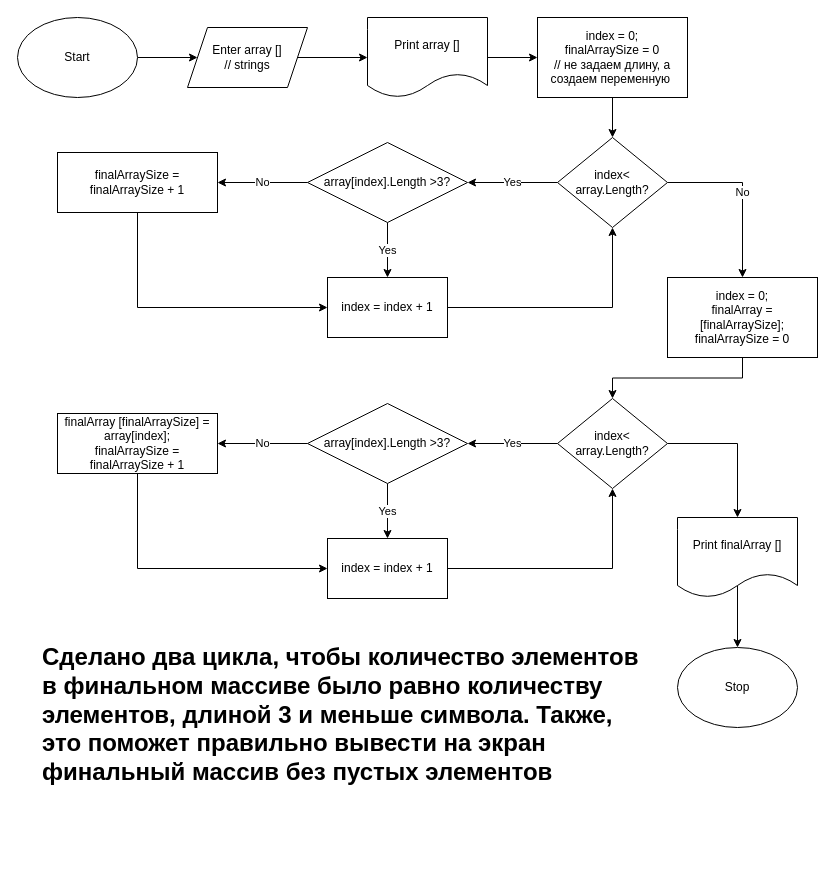
Above: FirstTest01.drawio in OksanaLebedeva/Tests (draw.io), before the change. Source tidied: cells renumbered, new cells numbered last; positions are measured from the earlier drawing's top-left corner, leaving out a move shared by most shapes. Both pictures are drawn from the tidied source at 100%, with x=0, y=0 at pixel (17, 17).
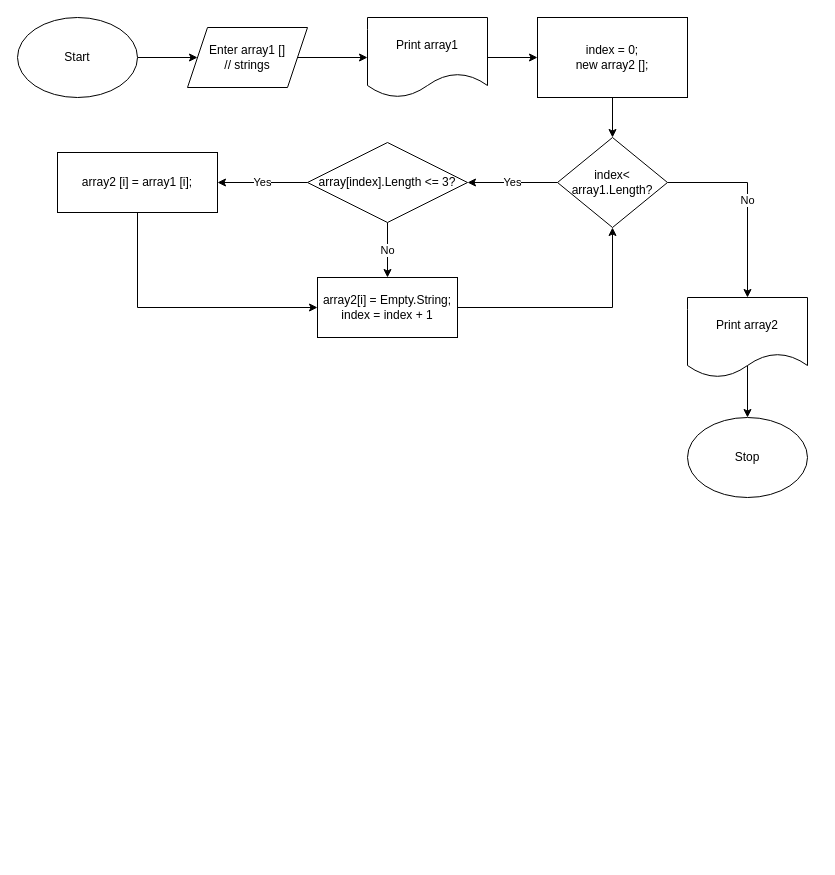
After the change.

Commit message:
Corrected scheme

What changed in the source:
```diff
@@
     <mxCell id="5" value="Stop" style="ellipse;whiteSpace=wrap;html=1;" parent="1" vertex="1">
-      <mxGeometry x="660" y="630" width="120" height="80" as="geometry" />
+      <mxGeometry x="670" y="400" width="120" height="80" as="geometry" />
     </mxCell>
@@
-    <mxCell id="7" value="Enter array []&lt;br&gt;// strings" style="shape=parallelogram;perimeter=parallelogramPerimeter;whiteSpace=wrap;html=1;fixedSize=1;" parent="1" vertex="1">
+    <mxCell id="7" value="Enter array1 []&lt;br&gt;// strings" style="shape=parallelogram;perimeter=parallelogramPerimeter;whiteSpace=wrap;html=1;fixedSize=1;" parent="1" vertex="1">
       <mxGeometry x="170" y="10" width="120" height="60" as="geometry" />
     </mxCell>
@@
-    <mxCell id="9" value="Print array []" style="shape=document;whiteSpace=wrap;html=1;boundedLbl=1;" parent="1" vertex="1">
+    <mxCell id="9" value="Print array1" style="shape=document;whiteSpace=wrap;html=1;boundedLbl=1;" parent="1" vertex="1">
       <mxGeometry x="350" width="120" height="80" as="geometry" />
     </mxCell>
@@
-    <mxCell id="11" value="index = 0;&lt;br&gt;finalArraySize = 0&lt;br&gt;// не задаем длину, а создаем переменную&amp;nbsp;" style="rounded=0;whiteSpace=wrap;html=1;" parent="1" vertex="1">
+    <mxCell id="11" value="index = 0;&lt;br&gt;new array2 [];" style="rounded=0;whiteSpace=wrap;html=1;" parent="1" vertex="1">
       <mxGeometry x="520" width="150" height="80" as="geometry" />
     </mxCell>
-    <mxCell id="12" value="No" style="edgeStyle=orthogonalEdgeStyle;rounded=0;jettySize=auto;html=1;exitX=1;exitY=0.5;exitDx=0;exitDy=0;entryX=0.5;entryY=0;entryDx=0;entryDy=0;" parent="1" edge="1" source="14" target="34">
+    <mxCell id="12" value="No" style="edgeStyle=orthogonalEdgeStyle;rounded=0;jettySize=auto;html=1;exitX=1;exitY=0.5;exitDx=0;exitDy=0;entryX=0.5;entryY=0;entryDx=0;entryDy=0;" parent="1" edge="1" source="14" target="18">
       <mxGeometry relative="1" as="geometry" />
     </mxCell>
@@
-    <mxCell id="14" value="index&amp;lt;&lt;br&gt;array.Length?" style="rhombus;whiteSpace=wrap;html=1;" parent="1" vertex="1">
+    <mxCell id="14" value="index&amp;lt;&lt;br&gt;array1.Length?" style="rhombus;whiteSpace=wrap;html=1;" parent="1" vertex="1">
       <mxGeometry x="540" y="120" width="110" height="90" as="geometry" />
     </mxCell>
-    <mxCell id="15" value="Yes" style="edgeStyle=orthogonalEdgeStyle;rounded=0;jettySize=auto;html=1;exitX=0.5;exitY=1;exitDx=0;exitDy=0;entryX=0.5;entryY=0;entryDx=0;entryDy=0;" parent="1" edge="1" source="17" target="20">
+    <mxCell id="15" value="No" style="edgeStyle=orthogonalEdgeStyle;rounded=0;jettySize=auto;html=1;exitX=0.5;exitY=1;exitDx=0;exitDy=0;entryX=0.5;entryY=0;entryDx=0;entryDy=0;" parent="1" edge="1" source="17" target="20">
       <mxGeometry relative="1" as="geometry" />
     </mxCell>
-    <mxCell id="16" value="No" style="edgeStyle=orthogonalEdgeStyle;rounded=0;jettySize=auto;html=1;exitX=0;exitY=0.5;exitDx=0;exitDy=0;entryX=1;entryY=0.5;entryDx=0;entryDy=0;" parent="1" edge="1" source="17" target="22">
+    <mxCell id="16" value="Yes" style="edgeStyle=orthogonalEdgeStyle;rounded=0;jettySize=auto;html=1;exitX=0;exitY=0.5;exitDx=0;exitDy=0;entryX=1;entryY=0.5;entryDx=0;entryDy=0;" parent="1" edge="1" source="17" target="22">
       <mxGeometry relative="1" as="geometry" />
     </mxCell>
-    <mxCell id="17" value="array[index].Length &amp;gt;3?" style="rhombus;whiteSpace=wrap;html=1;" parent="1" vertex="1">
+    <mxCell id="17" value="array[index].Length &amp;lt;= 3?" style="rhombus;whiteSpace=wrap;html=1;" parent="1" vertex="1">
       <mxGeometry x="290" y="125" width="160" height="80" as="geometry" />
     </mxCell>
-    <mxCell id="18" value="Print finalArray []" style="shape=document;whiteSpace=wrap;html=1;boundedLbl=1;" parent="1" vertex="1">
-      <mxGeometry x="660" y="500" width="120" height="80" as="geometry" />
+    <mxCell id="18" value="Print array2" style="shape=document;whiteSpace=wrap;html=1;boundedLbl=1;" parent="1" vertex="1">
+      <mxGeometry x="670" y="280" width="120" height="80" as="geometry" />
     </mxCell>
@@
-    <mxCell id="20" value="index = index + 1" style="rounded=0;whiteSpace=wrap;html=1;" parent="1" vertex="1">
-      <mxGeometry x="310" y="260" width="120" height="60" as="geometry" />
+    <mxCell id="20" value="array2[i] = Empty.String;&lt;br&gt;index = index + 1" style="rounded=0;whiteSpace=wrap;html=1;" parent="1" vertex="1">
+      <mxGeometry x="300" y="260" width="140" height="60" as="geometry" />
     </mxCell>
@@
-    <mxCell id="22" value="finalArraySize = finalArraySize + 1" style="rounded=0;whiteSpace=wrap;html=1;" parent="1" vertex="1">
+    <mxCell id="22" value="array2 [i] = array1 [i];" style="rounded=0;whiteSpace=wrap;html=1;" parent="1" vertex="1">
       <mxGeometry x="40" y="135" width="160" height="60" as="geometry" />
     </mxCell>
-    <mxCell id="23" value="Yes" style="edgeStyle=orthogonalEdgeStyle;rounded=0;jettySize=auto;html=1;exitX=0;exitY=0.5;exitDx=0;exitDy=0;entryX=1;entryY=0.5;entryDx=0;entryDy=0;" parent="1" edge="1" source="25" target="28">
-      <mxGeometry relative="1" as="geometry" />
-    </mxCell>
-    <mxCell id="24" style="edgeStyle=orthogonalEdgeStyle;rounded=0;jettySize=auto;html=1;exitX=1;exitY=0.5;exitDx=0;exitDy=0;entryX=0.5;entryY=0;entryDx=0;entryDy=0;" parent="1" edge="1" source="25" target="18">
-      <mxGeometry relative="1" as="geometry" />
-    </mxCell>
-    <mxCell id="25" value="index&amp;lt;&lt;br&gt;array.Length?" style="rhombus;whiteSpace=wrap;html=1;" parent="1" vertex="1">
-      <mxGeometry x="540" y="381" width="110" height="90" as="geometry" />
-    </mxCell>
-    <mxCell id="26" value="Yes" style="edgeStyle=orthogonalEdgeStyle;rounded=0;jettySize=auto;html=1;exitX=0.5;exitY=1;exitDx=0;exitDy=0;entryX=0.5;entryY=0;entryDx=0;entryDy=0;" parent="1" edge="1" source="28" target="30">
-      <mxGeometry relative="1" as="geometry" />
-    </mxCell>
-    <mxCell id="27" value="No" style="edgeStyle=orthogonalEdgeStyle;rounded=0;jettySize=auto;html=1;exitX=0;exitY=0.5;exitDx=0;exitDy=0;entryX=1;entryY=0.5;entryDx=0;entryDy=0;" parent="1" edge="1" source="28" target="32">
-      <mxGeometry relative="1" as="geometry" />
-    </mxCell>
-    <mxCell id="28" value="array[index].Length &amp;gt;3?" style="rhombus;whiteSpace=wrap;html=1;" parent="1" vertex="1">
-      <mxGeometry x="290" y="386" width="160" height="80" as="geometry" />
-    </mxCell>
-    <mxCell id="29" style="edgeStyle=orthogonalEdgeStyle;rounded=0;jettySize=auto;html=1;exitX=1;exitY=0.5;exitDx=0;exitDy=0;entryX=0.5;entryY=1;entryDx=0;entryDy=0;" parent="1" edge="1" source="30" target="25">
-      <mxGeometry relative="1" as="geometry" />
-    </mxCell>
-    <mxCell id="30" value="index = index + 1" style="rounded=0;whiteSpace=wrap;html=1;" parent="1" vertex="1">
-      <mxGeometry x="310" y="521" width="120" height="60" as="geometry" />
-    </mxCell>
-    <mxCell id="31" style="edgeStyle=orthogonalEdgeStyle;rounded=0;jettySize=auto;html=1;exitX=0.5;exitY=1;exitDx=0;exitDy=0;entryX=0;entryY=0.5;entryDx=0;entryDy=0;" parent="1" edge="1" source="32" target="30">
-      <mxGeometry relative="1" as="geometry" />
-    </mxCell>
-    <mxCell id="32" value="finalArray [finalArraySize] =&lt;br style=&quot;border-color: var(--border-color);&quot;&gt;&lt;span style=&quot;border-color: var(--border-color);&quot;&gt;array[index];&lt;br&gt;&lt;/span&gt;finalArraySize = finalArraySize + 1" style="rounded=0;whiteSpace=wrap;html=1;" parent="1" vertex="1">
-      <mxGeometry x="40" y="396" width="160" height="60" as="geometry" />
-    </mxCell>
-    <mxCell id="33" style="edgeStyle=orthogonalEdgeStyle;rounded=0;jettySize=auto;html=1;exitX=0.5;exitY=1;exitDx=0;exitDy=0;entryX=0.5;entryY=0;entryDx=0;entryDy=0;" parent="1" edge="1" source="34" target="25">
-      <mxGeometry relative="1" as="geometry" />
-    </mxCell>
-    <mxCell id="34" value="index = 0;&lt;br&gt;finalArray = [finalArraySize];&lt;br&gt;finalArraySize = 0" style="rounded=0;whiteSpace=wrap;html=1;" parent="1" vertex="1">
-      <mxGeometry x="650" y="260" width="150" height="80" as="geometry" />
-    </mxCell>
-    <mxCell id="35" value="&lt;h1&gt;Сделано два цикла, чтобы количество элементов в финальном массиве было равно количеству элементов, длиной 3 и меньше символа. Также, это поможет правильно вывести на экран финальный массив без пустых элементов&lt;/h1&gt;" style="text;html=1;strokeColor=none;fillColor=none;spacing=5;spacingTop=-20;whiteSpace=wrap;overflow=hidden;rounded=0;" parent="1" vertex="1">
-      <mxGeometry x="20" y="620" width="610" height="220" as="geometry" />
-    </mxCell>
```
